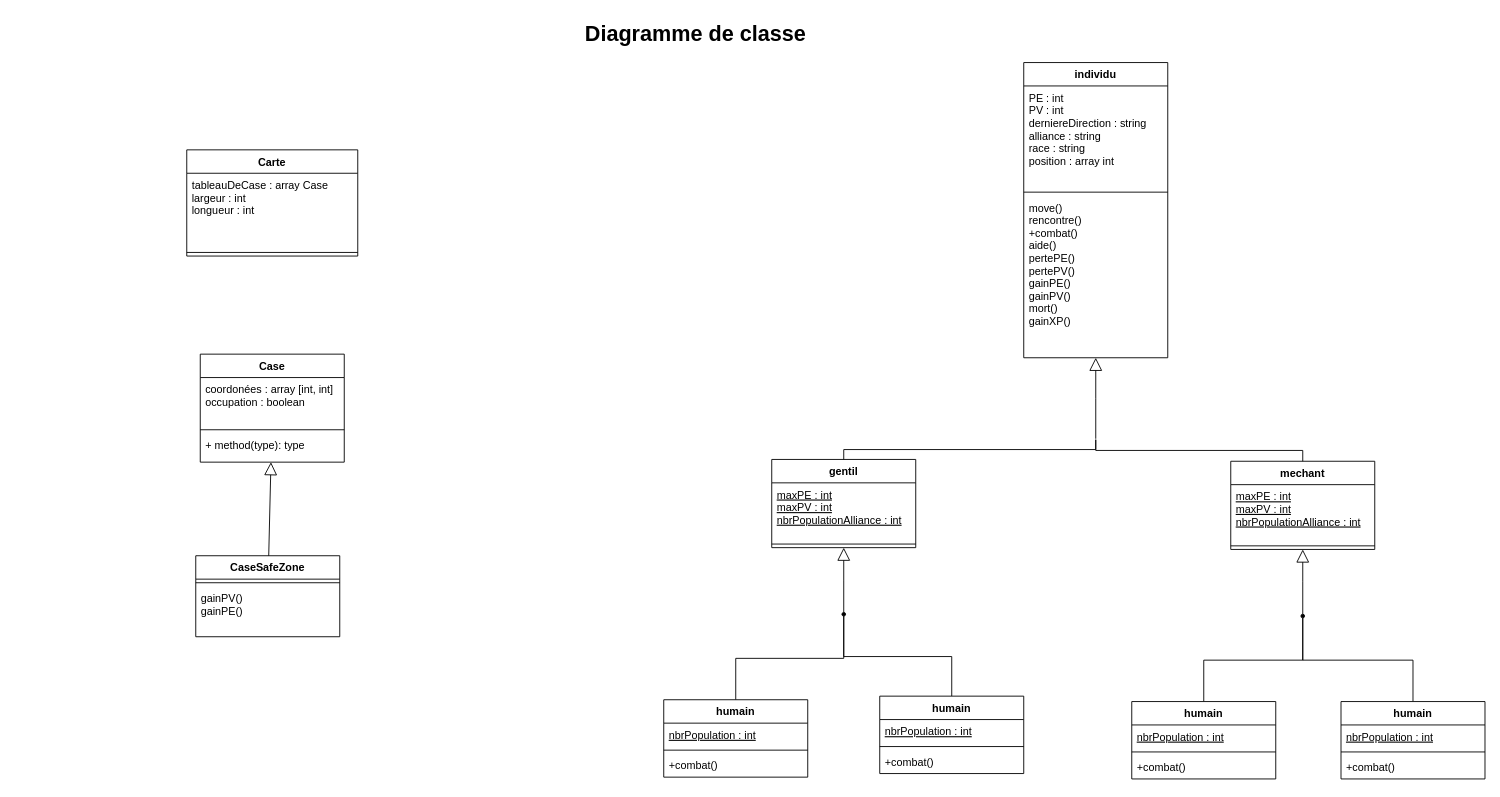
Above: Untitled Diagram.drawio in agenceDEVI/ConceptObjet (draw.io), before the change. Source tidied: cells renumbered, new cells numbered last; positions are measured from the earlier drawing's top-left corner, leaving out a move shared by most shapes. Both pictures are drawn from the tidied source at 90%, with x=0, y=0 at pixel (15, 15).
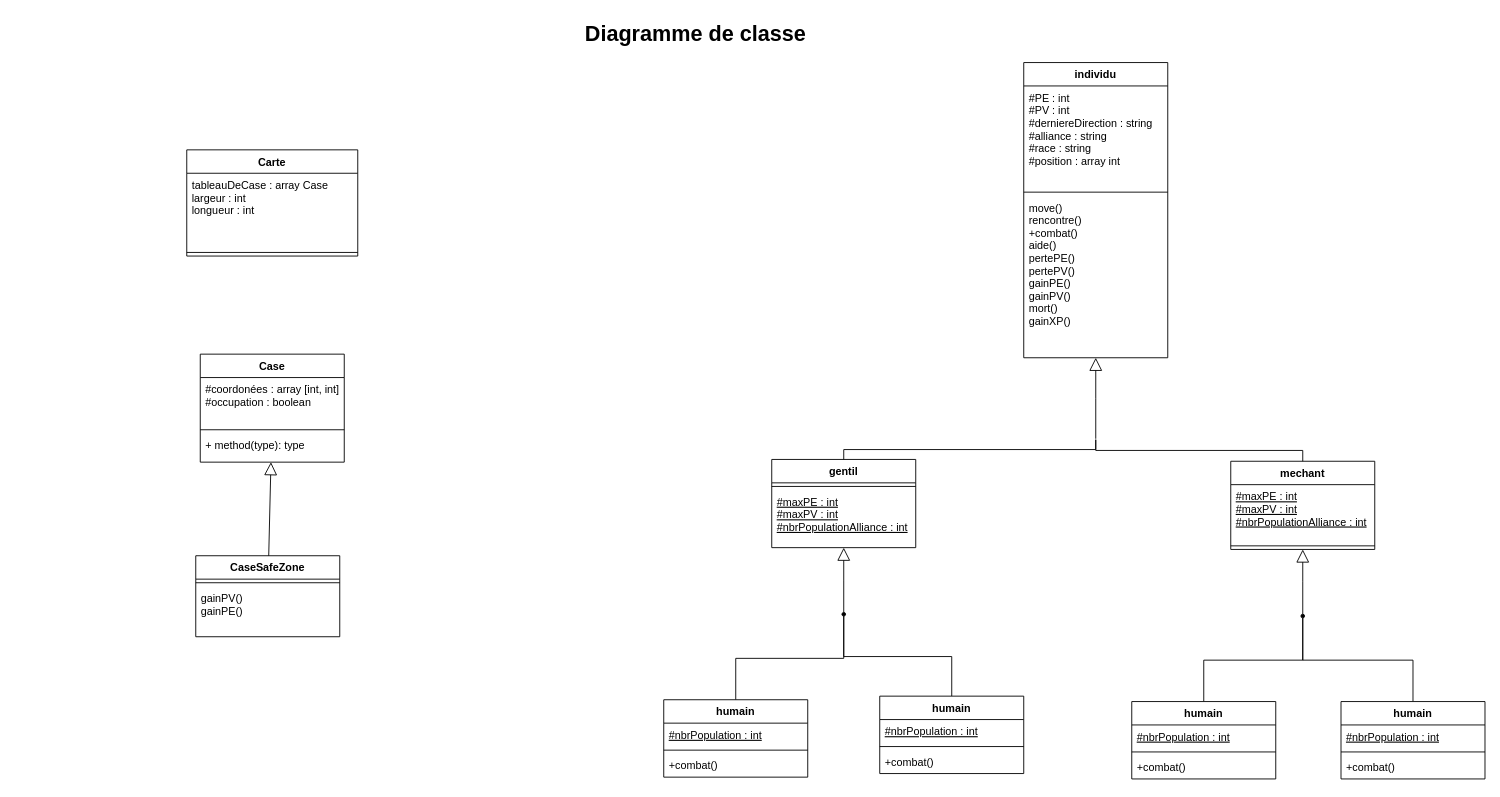
The same diagram, later.

Commit message:
diagramme classe individus

Unchanged cells that the change refers to:
```xml
<mxCell id="3" value="individu" style="swimlane;fontStyle=1;align=center;verticalAlign=top;horizontal=1;startSize=26;" parent="1" vertex="1">
  <mxGeometry x="1120" y="52" width="160" height="328" as="geometry" />
</mxCell>
<mxCell id="7" value="gentil" style="swimlane;fontStyle=1;align=center;verticalAlign=top;horizontal=1;startSize=26;" parent="1" vertex="1">
  <mxGeometry x="840" y="493" width="160" height="98" as="geometry" />
</mxCell>
<mxCell id="10" value="mechant" style="swimlane;fontStyle=1;align=center;verticalAlign=top;horizontal=1;startSize=26;" parent="1" vertex="1">
  <mxGeometry x="1350" y="495" width="160" height="98" as="geometry" />
</mxCell>
<mxCell id="24" value="humain" style="swimlane;fontStyle=1;align=center;verticalAlign=top;horizontal=1;startSize=26;" parent="1" vertex="1">
  <mxGeometry x="720" y="760" width="160" height="86" as="geometry" />
</mxCell>
<mxCell id="28" value="humain" style="swimlane;fontStyle=1;align=center;verticalAlign=top;horizontal=1;startSize=26;" parent="1" vertex="1">
  <mxGeometry x="960" y="756" width="160" height="86" as="geometry" />
</mxCell>
<mxCell id="32" value="humain" style="swimlane;fontStyle=1;align=center;verticalAlign=top;horizontal=1;startSize=26;" parent="1" vertex="1">
  <mxGeometry x="1240" y="762" width="160" height="86" as="geometry" />
</mxCell>
<mxCell id="36" value="humain" style="swimlane;fontStyle=1;align=center;verticalAlign=top;horizontal=1;startSize=26;" parent="1" vertex="1">
  <mxGeometry x="1472.5" y="762" width="160" height="86" as="geometry" />
</mxCell>
<mxCell id="43" value="Case" style="swimlane;fontStyle=1;align=center;verticalAlign=top;horizontal=1;startSize=26;" parent="1" vertex="1">
  <mxGeometry x="205" y="376" width="160" height="120" as="geometry" />
</mxCell>
```

The edit, as a diff of the source:
```diff
@@
-    <mxCell id="4" value="PE : int&#10;PV : int&#10;derniereDirection : string&#10;alliance : string&#10;race : string&#10;position : array int" style="text;strokeColor=none;fillColor=none;align=left;verticalAlign=top;spacingLeft=4;spacingRight=4;overflow=hidden;" parent="3" vertex="1">
+    <mxCell id="4" value="#PE : int&#10;#PV : int&#10;#derniereDirection : string&#10;#alliance : string&#10;#race : string&#10;#position : array int" style="text;strokeColor=none;fillColor=none;align=left;verticalAlign=top;spacingLeft=4;spacingRight=4;overflow=hidden;" parent="3" vertex="1">
       <mxGeometry y="26" width="160" height="114" as="geometry" />
     </mxCell>
@@
+    <mxCell id="9" style="line;strokeWidth=1;fillColor=none;align=left;verticalAlign=middle;spacingTop=-1;spacingLeft=3;spacingRight=3;labelPosition=right;" parent="7" vertex="1">
+      <mxGeometry y="26" width="160" height="8" as="geometry" />
+    </mxCell>
-    <mxCell id="8" value="maxPE : int&#10;maxPV : int&#10;nbrPopulationAlliance : int&#10;" style="text;strokeColor=none;fillColor=none;align=left;verticalAlign=top;spacingLeft=4;spacingRight=4;overflow=hidden;fontStyle=4;" parent="7" vertex="1">
-      <mxGeometry y="26" width="160" height="64" as="geometry" />
+    <mxCell id="8" value="#maxPE : int&#10;#maxPV : int&#10;#nbrPopulationAlliance : int&#10;" style="text;strokeColor=none;fillColor=none;align=left;verticalAlign=top;spacingLeft=4;spacingRight=4;overflow=hidden;fontStyle=4;" parent="7" vertex="1">
+      <mxGeometry y="34" width="160" height="64" as="geometry" />
     </mxCell>
-    <mxCell id="9" style="line;strokeWidth=1;fillColor=none;align=left;verticalAlign=middle;spacingTop=-1;spacingLeft=3;spacingRight=3;labelPosition=right;" parent="7" vertex="1">
-      <mxGeometry y="90" width="160" height="8" as="geometry" />
-    </mxCell>
@@
-    <mxCell id="11" value="maxPE : int&#10;maxPV : int&#10;nbrPopulationAlliance : int&#10;" style="text;strokeColor=none;fillColor=none;align=left;verticalAlign=top;spacingLeft=4;spacingRight=4;overflow=hidden;fontStyle=4;" parent="10" vertex="1">
+    <mxCell id="11" value="#maxPE : int&#10;#maxPV : int&#10;#nbrPopulationAlliance : int&#10;" style="text;strokeColor=none;fillColor=none;align=left;verticalAlign=top;spacingLeft=4;spacingRight=4;overflow=hidden;fontStyle=4;" parent="10" vertex="1">
       <mxGeometry y="26" width="160" height="64" as="geometry" />
     </mxCell>
@@
-    <mxCell id="25" value="nbrPopulation : int" style="text;strokeColor=none;fillColor=none;align=left;verticalAlign=top;spacingLeft=4;spacingRight=4;overflow=hidden;fontStyle=4;" parent="24" vertex="1">
+    <mxCell id="25" value="#nbrPopulation : int" style="text;strokeColor=none;fillColor=none;align=left;verticalAlign=top;spacingLeft=4;spacingRight=4;overflow=hidden;fontStyle=4;" parent="24" vertex="1">
       <mxGeometry y="26" width="160" height="26" as="geometry" />
     </mxCell>
@@
-    <mxCell id="29" value="nbrPopulation : int" style="text;strokeColor=none;fillColor=none;align=left;verticalAlign=top;spacingLeft=4;spacingRight=4;overflow=hidden;fontStyle=4;" parent="28" vertex="1">
+    <mxCell id="29" value="#nbrPopulation : int" style="text;strokeColor=none;fillColor=none;align=left;verticalAlign=top;spacingLeft=4;spacingRight=4;overflow=hidden;fontStyle=4;" parent="28" vertex="1">
       <mxGeometry y="26" width="160" height="26" as="geometry" />
     </mxCell>
@@
-    <mxCell id="33" value="nbrPopulation : int" style="text;strokeColor=none;fillColor=none;align=left;verticalAlign=top;spacingLeft=4;spacingRight=4;overflow=hidden;fontStyle=4;" parent="32" vertex="1">
+    <mxCell id="33" value="#nbrPopulation : int" style="text;strokeColor=none;fillColor=none;align=left;verticalAlign=top;spacingLeft=4;spacingRight=4;overflow=hidden;fontStyle=4;" parent="32" vertex="1">
       <mxGeometry y="26" width="160" height="26" as="geometry" />
     </mxCell>
@@
-    <mxCell id="37" value="nbrPopulation : int" style="text;strokeColor=none;fillColor=none;align=left;verticalAlign=top;spacingLeft=4;spacingRight=4;overflow=hidden;fontStyle=4;" parent="36" vertex="1">
+    <mxCell id="37" value="#nbrPopulation : int" style="text;strokeColor=none;fillColor=none;align=left;verticalAlign=top;spacingLeft=4;spacingRight=4;overflow=hidden;fontStyle=4;" parent="36" vertex="1">
       <mxGeometry y="26" width="160" height="26" as="geometry" />
     </mxCell>
@@
-    <mxCell id="44" value="coordonées : array [int, int]&#10;occupation : boolean&#10;" style="text;strokeColor=none;fillColor=none;align=left;verticalAlign=top;spacingLeft=4;spacingRight=4;overflow=hidden;" parent="43" vertex="1">
+    <mxCell id="44" value="#coordonées : array [int, int]&#10;#occupation : boolean&#10;" style="text;strokeColor=none;fillColor=none;align=left;verticalAlign=top;spacingLeft=4;spacingRight=4;overflow=hidden;" parent="43" vertex="1">
       <mxGeometry y="26" width="160" height="54" as="geometry" />
     </mxCell>
```
